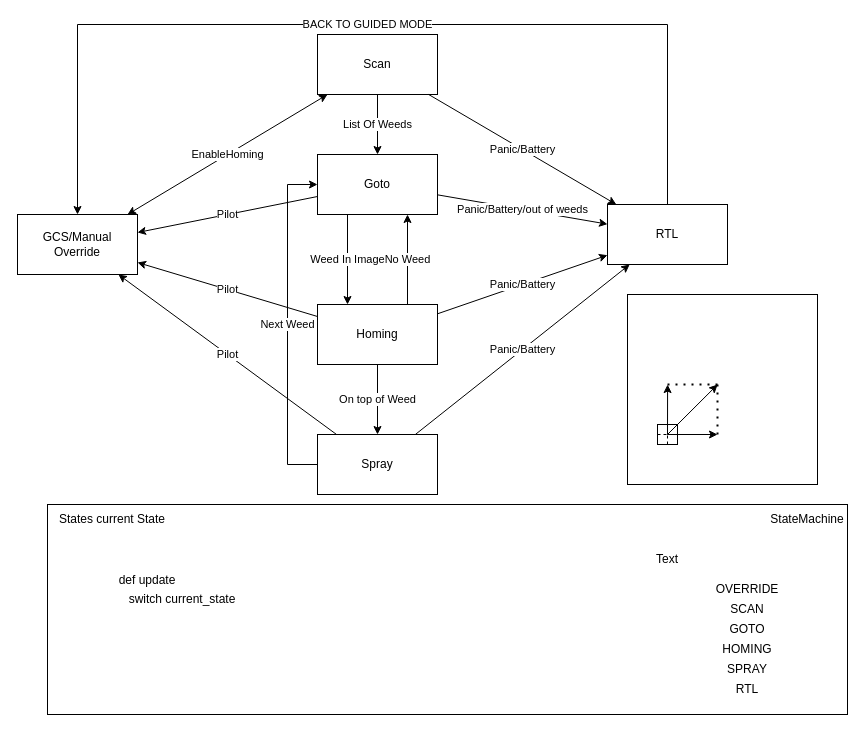
This is page "FSM" (4 of 6) of SD_design_diagrams.drawio from freddygaffey/skydock2, a draw.io file, before an edit. Source tidied: cells renumbered, new cells numbered last; positions are measured from the earlier drawing's top-left corner, leaving out a move shared by most shapes. Both pictures are drawn from the tidied source at 100%, with x=0, y=0 at pixel (17, 24).
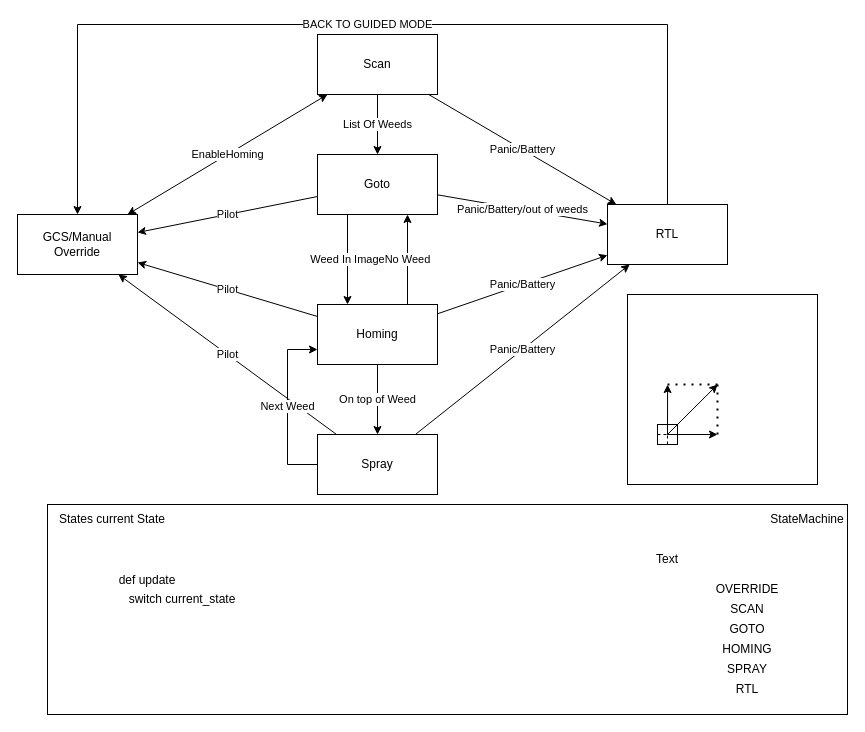
The same diagram, later.

The change refers to these unchanged cells:
```xml
<mxCell id="4" value="Goto" style="rounded=0;whiteSpace=wrap;html=1;" parent="1" vertex="1">
  <mxGeometry x="300" y="130" width="120" height="60" as="geometry" />
</mxCell>
<mxCell id="5" value="Homing" style="rounded=0;whiteSpace=wrap;html=1;" parent="1" vertex="1">
  <mxGeometry x="300" y="280" width="120" height="60" as="geometry" />
</mxCell>
<mxCell id="6" value="Spray" style="rounded=0;whiteSpace=wrap;html=1;" parent="1" vertex="1">
  <mxGeometry x="300" y="410" width="120" height="60" as="geometry" />
</mxCell>
```

What changed in the source:
```diff
@@
-    <mxCell id="19" value="Next Weed" style="endArrow=classic;html=1;rounded=0;edgeStyle=orthogonalEdgeStyle;" parent="1" edge="1" source="6" target="4">
+    <mxCell id="19" value="Next Weed" style="endArrow=classic;html=1;rounded=0;edgeStyle=orthogonalEdgeStyle;entryX=0;entryY=0.75;entryDx=0;entryDy=0;" parent="1" edge="1" source="6" target="5">
       <mxGeometry relative="1" as="geometry">
         <Array as="points">
           <mxPoint x="270" y="440" />
-          <mxPoint x="270" y="160" />
+          <mxPoint x="270" y="325" />
         </Array>
       </mxGeometry>
     </mxCell>
```
